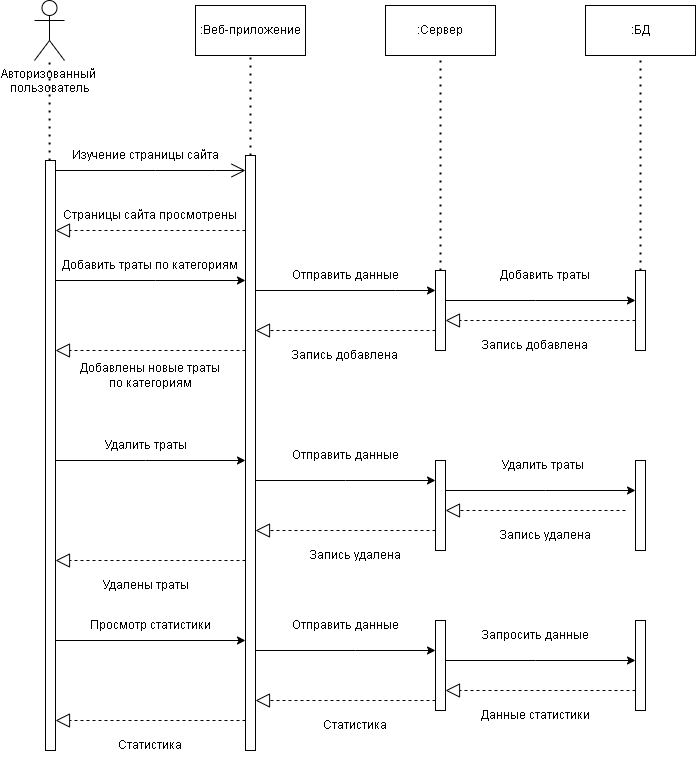
Before: documentation/diagrams/Sequence_diagram_au.png, a diagram exported from draw.io (money-pie/moneypie). Source tidied: cells renumbered, new cells last; positions are measured from the earlier drawing's top-left corner, leaving out a move shared by most shapes.
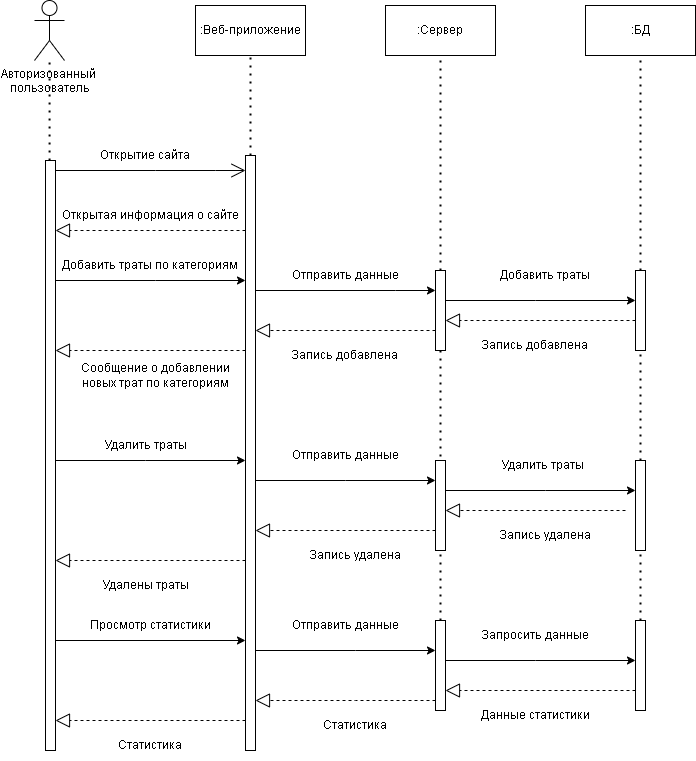
After the commit.

The edit, as a diff of the source:
```diff
@@ -50,10 +50,10 @@
         </Array>
       </mxGeometry>
     </mxCell>
-    <mxCell id="15" value="Изучение страницы сайта" style="text;html=1;strokeColor=none;fillColor=none;align=center;verticalAlign=middle;whiteSpace=wrap;rounded=0;" parent="1" vertex="1">
+    <mxCell id="15" value="Открытие сайта" style="text;html=1;strokeColor=none;fillColor=none;align=center;verticalAlign=middle;whiteSpace=wrap;rounded=0;" parent="1" vertex="1">
       <mxGeometry x="31" y="140" width="160" height="30" as="geometry" />
     </mxCell>
-    <mxCell id="16" value="Страницы сайта просмотрены" style="text;html=1;strokeColor=none;fillColor=none;align=center;verticalAlign=middle;whiteSpace=wrap;rounded=0;" parent="1" vertex="1">
+    <mxCell id="16" value="Открытая информация о сайте" style="text;html=1;strokeColor=none;fillColor=none;align=center;verticalAlign=middle;whiteSpace=wrap;rounded=0;" parent="1" vertex="1">
       <mxGeometry x="21" y="200" width="190" height="30" as="geometry" />
     </mxCell>
     <mxCell id="17" style="endArrow=classic;html=1;rounded=0;" parent="1" edge="1" source="3" target="4">
@@ -124,8 +124,8 @@
     <mxCell id="30" value="Запись добавлена" style="text;html=1;strokeColor=none;fillColor=none;align=center;verticalAlign=middle;whiteSpace=wrap;rounded=0;" parent="1" vertex="1">
       <mxGeometry x="251" y="340" width="120" height="30" as="geometry" />
     </mxCell>
-    <mxCell id="31" value="Добавлены новые траты по категориям" style="text;html=1;strokeColor=none;fillColor=none;align=center;verticalAlign=middle;whiteSpace=wrap;rounded=0;" parent="1" vertex="1">
-      <mxGeometry x="41" y="360" width="150" height="30" as="geometry" />
+    <mxCell id="31" value="Сообщение о добавлении новых трат по категориям" style="text;html=1;strokeColor=none;fillColor=none;align=center;verticalAlign=middle;whiteSpace=wrap;rounded=0;" parent="1" vertex="1">
+      <mxGeometry x="41" y="360" width="160" height="30" as="geometry" />
     </mxCell>
     <mxCell id="32" style="endArrow=classic;html=1;rounded=0;" parent="1" edge="1" source="3" target="4">
       <mxGeometry relative="1" as="geometry">
@@ -251,5 +251,17 @@
     <mxCell id="57" value="Статистика" style="text;html=1;strokeColor=none;fillColor=none;align=center;verticalAlign=middle;whiteSpace=wrap;rounded=0;" parent="1" vertex="1">
       <mxGeometry x="36" y="730" width="160" height="30" as="geometry" />
     </mxCell>
+    <mxCell id="58" style="endArrow=none;dashed=1;html=1;dashPattern=1 3;strokeWidth=2;rounded=0;" parent="1" edge="1" source="5" target="6">
+      <mxGeometry relative="1" as="geometry" />
+    </mxCell>
+    <mxCell id="59" style="endArrow=none;dashed=1;html=1;dashPattern=1 3;strokeWidth=2;rounded=0;" parent="1" edge="1" source="45" target="6">
+      <mxGeometry relative="1" as="geometry" />
+    </mxCell>
+    <mxCell id="60" style="endArrow=none;dashed=1;html=1;dashPattern=1 3;strokeWidth=2;rounded=0;" parent="1" edge="1" source="8" target="7">
+      <mxGeometry relative="1" as="geometry" />
+    </mxCell>
+    <mxCell id="61" style="endArrow=none;dashed=1;html=1;dashPattern=1 3;strokeWidth=2;rounded=0;" parent="1" edge="1" source="46" target="8">
+      <mxGeometry relative="1" as="geometry" />
+    </mxCell>
   </root>
 </mxGraphModel>
```
